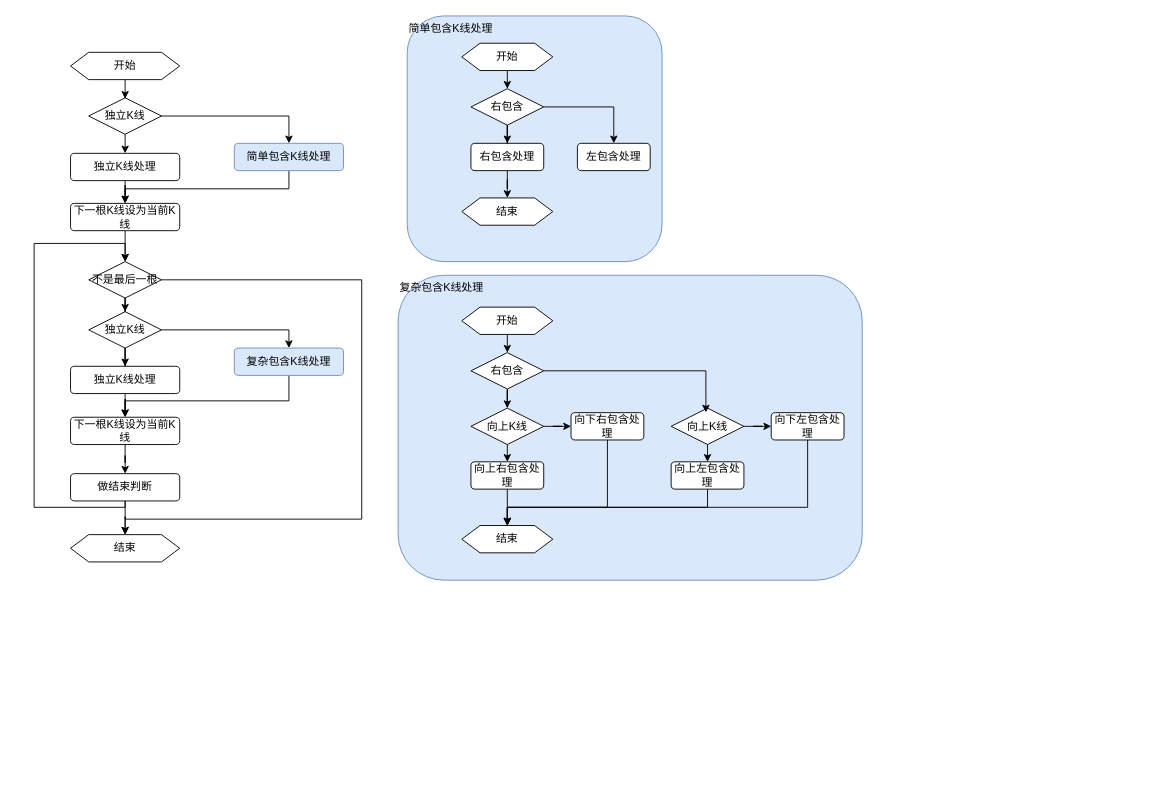
The draw.io diagram doc/缠论算法.drawio in luhouxiang/algo-multiple-pro-ui, before the edit. Source tidied: cells renumbered, new cells numbered last; positions are measured from the earlier drawing's top-left corner, leaving out a move shared by most shapes. Both pictures are drawn from the tidied source at 91%, with x=0, y=0 at pixel (34, 15).
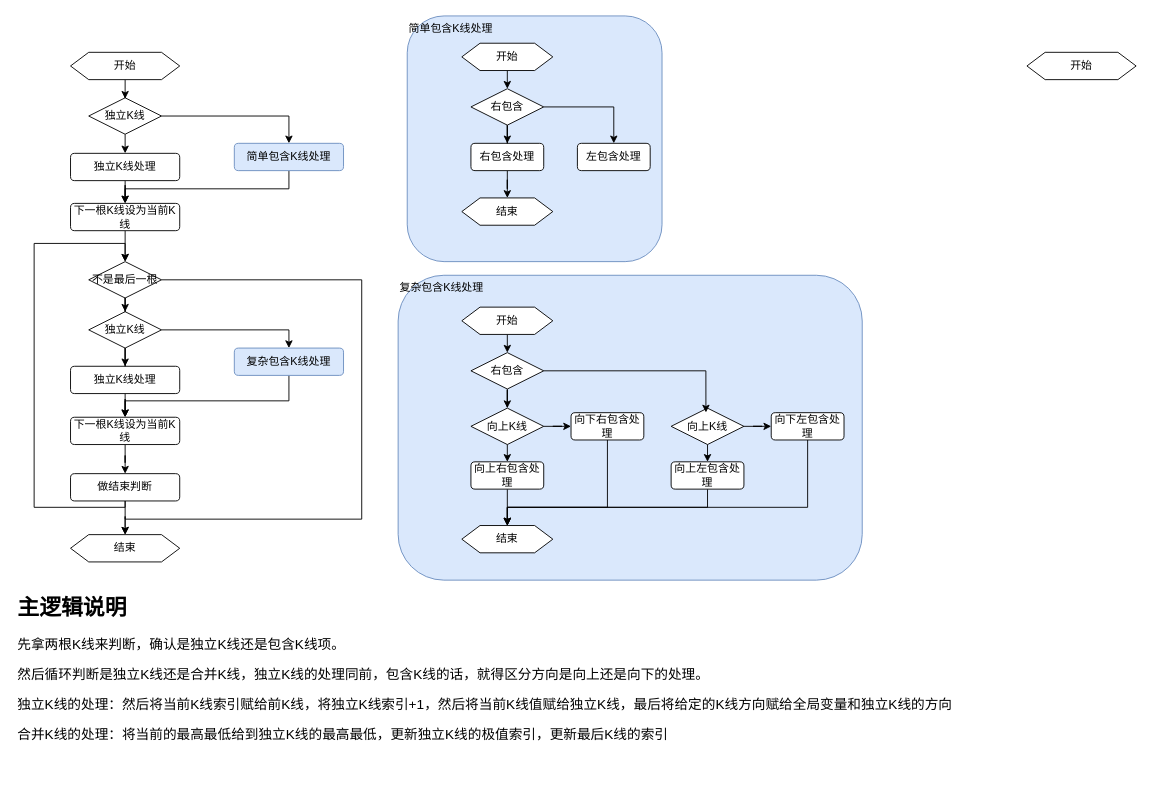
The same diagram, later.

Commit message (it also covers changes not shown here):
Feat: 看起来bUp这个变量是可以去除的

Change to the diagram source:
```diff
@@
+    <mxCell id="60" value="&lt;h1 style=&quot;margin-top: 0px;&quot;&gt;主逻辑说明&lt;/h1&gt;&lt;p style=&quot;font-size: 15px;&quot;&gt;&lt;font style=&quot;font-size: 15px;&quot;&gt;先拿两根K线来判断，确认是独立K线还是包含K线项。&lt;/font&gt;&lt;/p&gt;&lt;p style=&quot;font-size: 15px;&quot;&gt;&lt;font style=&quot;font-size: 15px;&quot;&gt;然后循环判断是独立K线还是合并K线，独立K线的处理同前，包含K线的话，就得区分方向是向上还是向下的处理。&lt;/font&gt;&lt;/p&gt;&lt;p style=&quot;font-size: 15px;&quot;&gt;独立K线的处理：然后将当前K线索引赋给前K线，将独立K线索引+1，然后将当前K线值赋给独立K线，最后将给定的K线方向赋给全局变量和独立K线的方向&lt;/p&gt;&lt;p style=&quot;font-size: 15px;&quot;&gt;合并K线的处理：将当前的最高最低给到独立K线的最高最低，更新独立K线的极值索引，更新最后K线的索引&lt;/p&gt;&lt;p style=&quot;font-size: 15px;&quot;&gt;&lt;font style=&quot;font-size: 15px;&quot;&gt;&lt;br&gt;&lt;/font&gt;&lt;/p&gt;" style="text;html=1;whiteSpace=wrap;overflow=hidden;rounded=0;" parent="1" vertex="1">
+      <mxGeometry x="-20" y="630" width="1040" height="220" as="geometry" />
+    </mxCell>
+    <mxCell id="61" value="开始" style="shape=hexagon;perimeter=hexagonPerimeter2;whiteSpace=wrap;html=1;fixedSize=1;" parent="1" vertex="1">
+      <mxGeometry x="1091" y="40" width="120" height="30" as="geometry" />
+    </mxCell>
```
